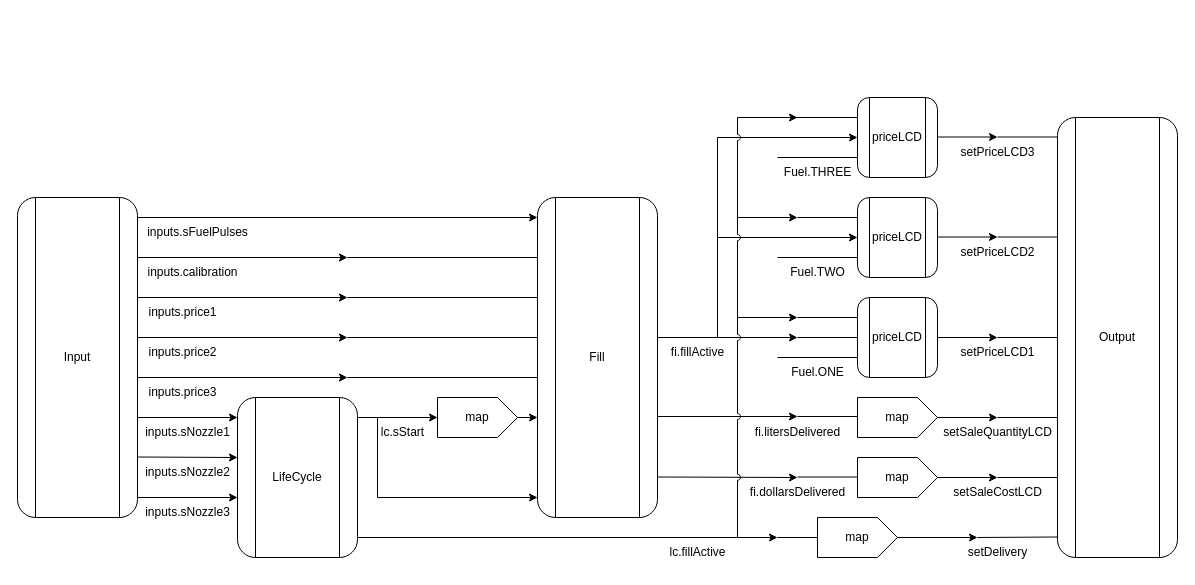
Before: page "ShowDollarsPump" (1 of 2) of ShowDollarsPump.drawio in suzuki-taro-29/FRP-chap4-diagrams, a draw.io diagram. Source tidied: cells renumbered, new cells numbered last; positions are measured from the earlier drawing's top-left corner, leaving out a move shared by most shapes. Both pictures are drawn from the tidied source at 100%, with x=0, y=0 at pixel (17, 97).
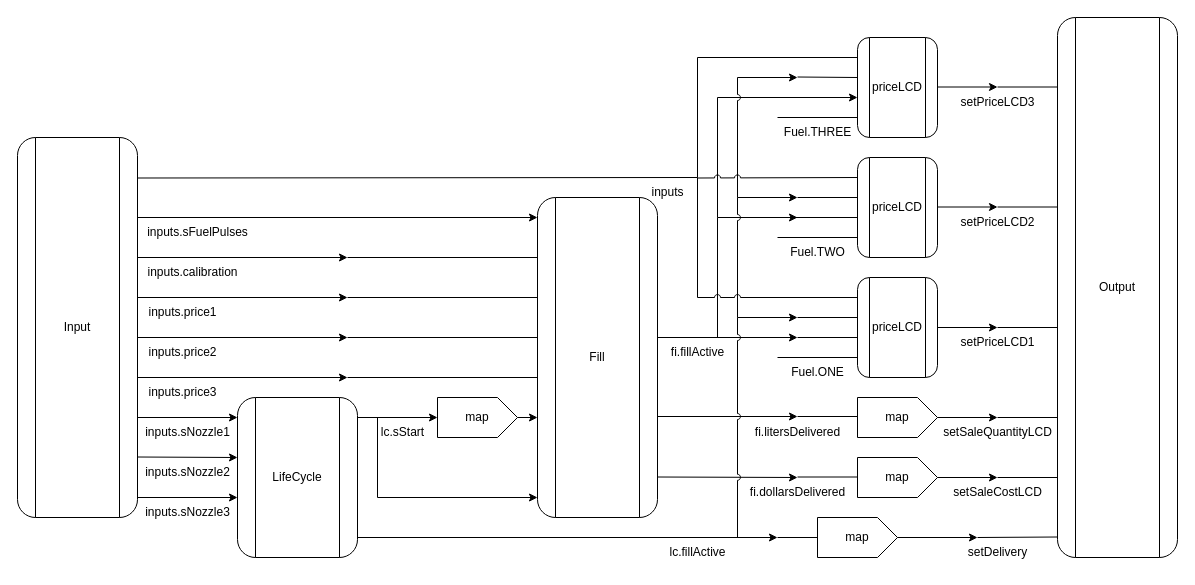
The same page after the edit.

The edit, as a diff of the source:
```diff
@@
-    <mxCell id="2" style="endArrow=classic;html=1;rounded=0;jumpStyle=arc;entryX=0;entryY=0.5;entryDx=0;entryDy=0;" parent="1" edge="1">
+    <mxCell id="2" style="endArrow=classic;html=1;rounded=0;jumpStyle=arc;" parent="1" edge="1">
       <mxGeometry relative="1" as="geometry">
-        <mxPoint x="700" y="140" as="sourcePoint" />
-        <mxPoint x="840" y="40" as="targetPoint" />
+        <mxPoint x="700" y="120" as="sourcePoint" />
+        <mxPoint x="840" as="targetPoint" />
         <Array as="points">
-          <mxPoint x="700" y="40" />
+          <mxPoint x="700" />
         </Array>
       </mxGeometry>
     </mxCell>
-    <mxCell id="3" style="endArrow=classic;html=1;rounded=0;jumpStyle=arc;entryX=0;entryY=0.5;entryDx=0;entryDy=0;" parent="1" edge="1" target="53">
+    <mxCell id="3" style="endArrow=classic;html=1;rounded=0;jumpStyle=arc;" parent="1" edge="1">
       <mxGeometry relative="1" as="geometry">
         <mxPoint x="700" y="240" as="sourcePoint" />
+        <mxPoint x="780" y="120" as="targetPoint" />
         <Array as="points">
-          <mxPoint x="700" y="140" />
+          <mxPoint x="700" y="120" />
         </Array>
       </mxGeometry>
     </mxCell>
@@
     <mxCell id="5" value="Input" style="shape=process;whiteSpace=wrap;html=1;backgroundOutline=1;rounded=1;" parent="1" vertex="1">
-      <mxGeometry y="100" width="120" height="320" as="geometry" />
+      <mxGeometry y="40" width="120" height="380" as="geometry" />
     </mxCell>
     <mxCell id="6" value="Output" style="shape=process;whiteSpace=wrap;html=1;backgroundOutline=1;rounded=1;" parent="1" vertex="1">
-      <mxGeometry x="1040" y="20" width="120" height="440" as="geometry" />
+      <mxGeometry x="1040" y="-80" width="120" height="540" as="geometry" />
     </mxCell>
@@
     <mxCell id="48" value="priceLCD" style="shape=process;whiteSpace=wrap;html=1;backgroundOutline=1;rounded=1;" parent="1" vertex="1">
-      <mxGeometry x="840" y="200" width="80" height="80" as="geometry" />
+      <mxGeometry x="840" y="180" width="80" height="100" as="geometry" />
     </mxCell>
-    <mxCell id="49" style="endArrow=none;html=1;rounded=0;jumpStyle=arc;entryX=0;entryY=0.5;entryDx=0;entryDy=0;" parent="1" edge="1" target="48">
+    <mxCell id="49" style="endArrow=none;html=1;rounded=0;jumpStyle=arc;" parent="1" edge="1">
       <mxGeometry relative="1" as="geometry">
         <mxPoint x="780" y="240" as="sourcePoint" />
+        <mxPoint x="840" y="240" as="targetPoint" />
       </mxGeometry>
     </mxCell>
@@
-    <mxCell id="51" style="endArrow=none;html=1;rounded=0;jumpStyle=arc;entryX=0;entryY=0.75;entryDx=0;entryDy=0;" parent="1" edge="1" target="48">
+    <mxCell id="51" style="endArrow=none;html=1;rounded=0;jumpStyle=arc;" parent="1" edge="1">
       <mxGeometry relative="1" as="geometry">
         <mxPoint x="760" y="260" as="sourcePoint" />
+        <mxPoint x="840" y="260" as="targetPoint" />
       </mxGeometry>
     </mxCell>
@@
     <mxCell id="53" value="priceLCD" style="shape=process;whiteSpace=wrap;html=1;backgroundOutline=1;rounded=1;" parent="1" vertex="1">
-      <mxGeometry x="840" y="100" width="80" height="80" as="geometry" />
+      <mxGeometry x="840" y="60" width="80" height="100" as="geometry" />
     </mxCell>
     <mxCell id="54" value="priceLCD" style="shape=process;whiteSpace=wrap;html=1;backgroundOutline=1;rounded=1;" parent="1" vertex="1">
-      <mxGeometry x="840" width="80" height="80" as="geometry" />
+      <mxGeometry x="840" y="-60" width="80" height="100" as="geometry" />
     </mxCell>
@@
-    <mxCell id="56" style="endArrow=none;html=1;rounded=0;jumpStyle=arc;entryX=0;entryY=0.75;entryDx=0;entryDy=0;" parent="1" edge="1" target="53">
+    <mxCell id="56" style="endArrow=none;html=1;rounded=0;jumpStyle=arc;" parent="1" edge="1">
       <mxGeometry relative="1" as="geometry">
-        <mxPoint x="760" y="160" as="sourcePoint" />
+        <mxPoint x="760" y="140" as="sourcePoint" />
+        <mxPoint x="840" y="140" as="targetPoint" />
       </mxGeometry>
     </mxCell>
     <mxCell id="57" value="Fuel.TWO" style="text;html=1;align=center;verticalAlign=middle;strokeColor=none;fillColor=none;" parent="1" vertex="1">
-      <mxGeometry x="760" y="160" width="80" height="30" as="geometry" />
+      <mxGeometry x="760" y="140" width="80" height="30" as="geometry" />
     </mxCell>
@@
-    <mxCell id="59" style="endArrow=none;html=1;rounded=0;jumpStyle=arc;entryX=0;entryY=0.25;entryDx=0;entryDy=0;" parent="1" edge="1" target="48">
+    <mxCell id="59" style="endArrow=none;html=1;rounded=0;jumpStyle=arc;" parent="1" edge="1">
       <mxGeometry relative="1" as="geometry">
         <mxPoint x="780" y="220" as="sourcePoint" />
+        <mxPoint x="840" y="220" as="targetPoint" />
       </mxGeometry>
     </mxCell>
     <mxCell id="60" style="endArrow=classic;html=1;rounded=0;jumpStyle=arc;" parent="1" edge="1">
       <mxGeometry relative="1" as="geometry">
         <mxPoint x="720" y="220" as="sourcePoint" />
-        <mxPoint x="780" y="120" as="targetPoint" />
+        <mxPoint x="780" y="100" as="targetPoint" />
         <Array as="points">
-          <mxPoint x="720" y="120" />
+          <mxPoint x="720" y="100" />
         </Array>
       </mxGeometry>
     </mxCell>
-    <mxCell id="61" style="endArrow=none;html=1;rounded=0;jumpStyle=arc;entryX=0;entryY=0.25;entryDx=0;entryDy=0;" parent="1" edge="1" target="53">
+    <mxCell id="61" style="endArrow=none;html=1;rounded=0;jumpStyle=arc;" parent="1" edge="1">
       <mxGeometry relative="1" as="geometry">
-        <mxPoint x="780" y="120" as="sourcePoint" />
+        <mxPoint x="775" y="120" as="sourcePoint" />
+        <mxPoint x="840" y="120" as="targetPoint" />
       </mxGeometry>
     </mxCell>
     <mxCell id="62" style="endArrow=classic;html=1;rounded=0;jumpStyle=arc;" parent="1" edge="1">
       <mxGeometry relative="1" as="geometry">
-        <mxPoint x="720" y="120" as="sourcePoint" />
-        <mxPoint x="780" y="20" as="targetPoint" />
+        <mxPoint x="720" y="100" as="sourcePoint" />
+        <mxPoint x="780" y="-20" as="targetPoint" />
         <Array as="points">
-          <mxPoint x="720" y="20" />
+          <mxPoint x="720" y="-20" />
         </Array>
       </mxGeometry>
     </mxCell>
-    <mxCell id="63" style="endArrow=none;html=1;rounded=0;jumpStyle=arc;entryX=0;entryY=0.25;entryDx=0;entryDy=0;" parent="1" edge="1" target="54">
+    <mxCell id="63" style="endArrow=none;html=1;rounded=0;jumpStyle=arc;" parent="1" edge="1">
       <mxGeometry relative="1" as="geometry">
-        <mxPoint x="775" y="20" as="sourcePoint" />
+        <mxPoint x="780" y="-20.5" as="sourcePoint" />
+        <mxPoint x="840" y="-20" as="targetPoint" />
       </mxGeometry>
     </mxCell>
-    <mxCell id="64" style="endArrow=none;html=1;rounded=0;jumpStyle=arc;entryX=0;entryY=0.75;entryDx=0;entryDy=0;" parent="1" edge="1" target="54">
+    <mxCell id="64" style="endArrow=none;html=1;rounded=0;jumpStyle=arc;" parent="1" edge="1">
       <mxGeometry relative="1" as="geometry">
-        <mxPoint x="760" y="60" as="sourcePoint" />
+        <mxPoint x="760" y="20" as="sourcePoint" />
+        <mxPoint x="840" y="20" as="targetPoint" />
       </mxGeometry>
     </mxCell>
     <mxCell id="65" value="Fuel.THREE" style="text;html=1;align=center;verticalAlign=middle;strokeColor=none;fillColor=none;" parent="1" vertex="1">
-      <mxGeometry x="755" y="60" width="90" height="30" as="geometry" />
+      <mxGeometry x="755" y="20" width="90" height="30" as="geometry" />
     </mxCell>
@@
     <mxCell id="72" style="endArrow=classic;html=1;rounded=0;jumpStyle=arc;" parent="1" edge="1">
       <mxGeometry relative="1" as="geometry">
-        <mxPoint x="920" y="240" as="sourcePoint" />
-        <mxPoint x="980" y="240" as="targetPoint" />
+        <mxPoint x="920" y="230" as="sourcePoint" />
+        <mxPoint x="980" y="230" as="targetPoint" />
       </mxGeometry>
     </mxCell>
     <mxCell id="73" style="endArrow=none;html=1;rounded=0;jumpStyle=arc;" parent="1" edge="1">
       <mxGeometry relative="1" as="geometry">
-        <mxPoint x="980" y="240" as="sourcePoint" />
-        <mxPoint x="1040" y="240" as="targetPoint" />
+        <mxPoint x="980" y="230" as="sourcePoint" />
+        <mxPoint x="1040" y="230" as="targetPoint" />
       </mxGeometry>
     </mxCell>
     <mxCell id="74" style="endArrow=classic;html=1;rounded=0;jumpStyle=arc;" parent="1" edge="1">
       <mxGeometry relative="1" as="geometry">
-        <mxPoint x="920" y="139.5" as="sourcePoint" />
-        <mxPoint x="980" y="139.5" as="targetPoint" />
+        <mxPoint x="920" y="109.5" as="sourcePoint" />
+        <mxPoint x="980" y="109.5" as="targetPoint" />
       </mxGeometry>
     </mxCell>
     <mxCell id="75" style="endArrow=none;html=1;rounded=0;jumpStyle=arc;" parent="1" edge="1">
       <mxGeometry relative="1" as="geometry">
-        <mxPoint x="980" y="139.5" as="sourcePoint" />
-        <mxPoint x="1040" y="139.5" as="targetPoint" />
+        <mxPoint x="980" y="109.5" as="sourcePoint" />
+        <mxPoint x="1040" y="109.5" as="targetPoint" />
       </mxGeometry>
     </mxCell>
     <mxCell id="76" style="endArrow=classic;html=1;rounded=0;jumpStyle=arc;" parent="1" edge="1">
       <mxGeometry relative="1" as="geometry">
-        <mxPoint x="920" y="39.5" as="sourcePoint" />
-        <mxPoint x="980" y="39.5" as="targetPoint" />
+        <mxPoint x="920" y="-10.5" as="sourcePoint" />
+        <mxPoint x="980" y="-10.5" as="targetPoint" />
       </mxGeometry>
     </mxCell>
     <mxCell id="77" style="endArrow=none;html=1;rounded=0;jumpStyle=arc;" parent="1" edge="1">
       <mxGeometry relative="1" as="geometry">
-        <mxPoint x="980" y="39.5" as="sourcePoint" />
-        <mxPoint x="1040" y="39.5" as="targetPoint" />
+        <mxPoint x="980" y="-10.5" as="sourcePoint" />
+        <mxPoint x="1040" y="-10.5" as="targetPoint" />
       </mxGeometry>
     </mxCell>
     <mxCell id="78" value="setPriceLCD1" style="text;html=1;align=center;verticalAlign=middle;strokeColor=none;fillColor=none;" parent="1" vertex="1">
-      <mxGeometry x="930" y="240" width="100" height="30" as="geometry" />
+      <mxGeometry x="930" y="230" width="100" height="30" as="geometry" />
     </mxCell>
     <mxCell id="79" value="setPriceLCD2" style="text;html=1;align=center;verticalAlign=middle;strokeColor=none;fillColor=none;" parent="1" vertex="1">
-      <mxGeometry x="930" y="140" width="100" height="30" as="geometry" />
+      <mxGeometry x="930" y="110" width="100" height="30" as="geometry" />
     </mxCell>
     <mxCell id="80" value="setPriceLCD3" style="text;html=1;align=center;verticalAlign=middle;strokeColor=none;fillColor=none;" parent="1" vertex="1">
-      <mxGeometry x="930" y="40" width="100" height="30" as="geometry" />
+      <mxGeometry x="930" y="-10" width="100" height="30" as="geometry" />
     </mxCell>
+    <mxCell id="81" style="endArrow=none;html=1;rounded=0;jumpStyle=arc;" parent="1" edge="1">
+      <mxGeometry relative="1" as="geometry">
+        <mxPoint x="780" y="100" as="sourcePoint" />
+        <mxPoint x="840" y="100" as="targetPoint" />
+      </mxGeometry>
+    </mxCell>
+    <mxCell id="82" style="endArrow=none;html=1;rounded=0;jumpStyle=arc;" parent="1" edge="1">
+      <mxGeometry relative="1" as="geometry">
+        <mxPoint x="120" y="80.5" as="sourcePoint" />
+        <mxPoint x="840" y="200" as="targetPoint" />
+        <Array as="points">
+          <mxPoint x="680" y="80" />
+          <mxPoint x="680" y="200" />
+        </Array>
+      </mxGeometry>
+    </mxCell>
+    <mxCell id="83" style="endArrow=none;html=1;rounded=0;jumpStyle=arc;" parent="1" edge="1">
+      <mxGeometry relative="1" as="geometry">
+        <mxPoint x="680" y="80.5" as="sourcePoint" />
+        <mxPoint x="840" y="80" as="targetPoint" />
+      </mxGeometry>
+    </mxCell>
+    <mxCell id="84" style="endArrow=none;html=1;rounded=0;jumpStyle=arc;" parent="1" edge="1">
+      <mxGeometry relative="1" as="geometry">
+        <mxPoint x="680" y="80" as="sourcePoint" />
+        <mxPoint x="840" y="-40" as="targetPoint" />
+        <Array as="points">
+          <mxPoint x="680" y="-40" />
+        </Array>
+      </mxGeometry>
+    </mxCell>
+    <mxCell id="85" value="inputs" style="text;html=1;align=center;verticalAlign=middle;strokeColor=none;fillColor=none;" parent="1" vertex="1">
+      <mxGeometry x="620" y="80" width="60" height="30" as="geometry" />
+    </mxCell>
```
